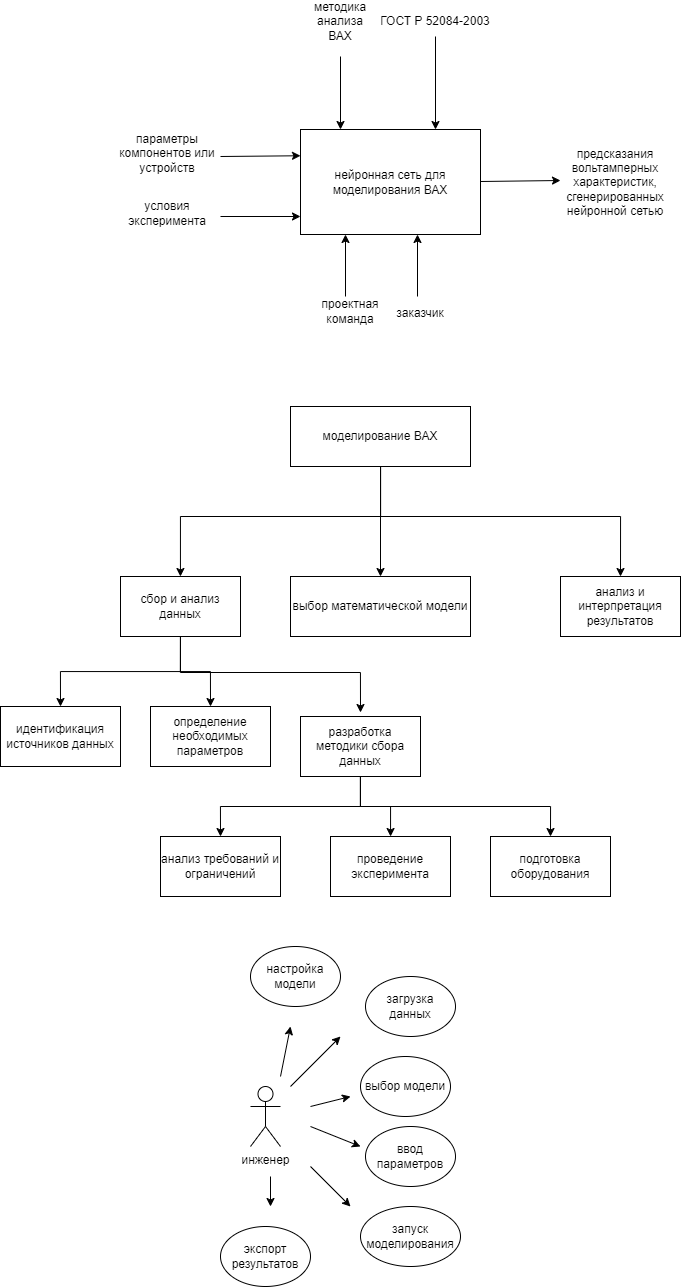
This is diagram.drawio.png from DiKachura/tppo, a draw.io export, as it was before one commit. Source tidied: cells renumbered, new cells last; positions are measured from the earlier drawing's top-left corner, leaving out a move shared by most shapes.
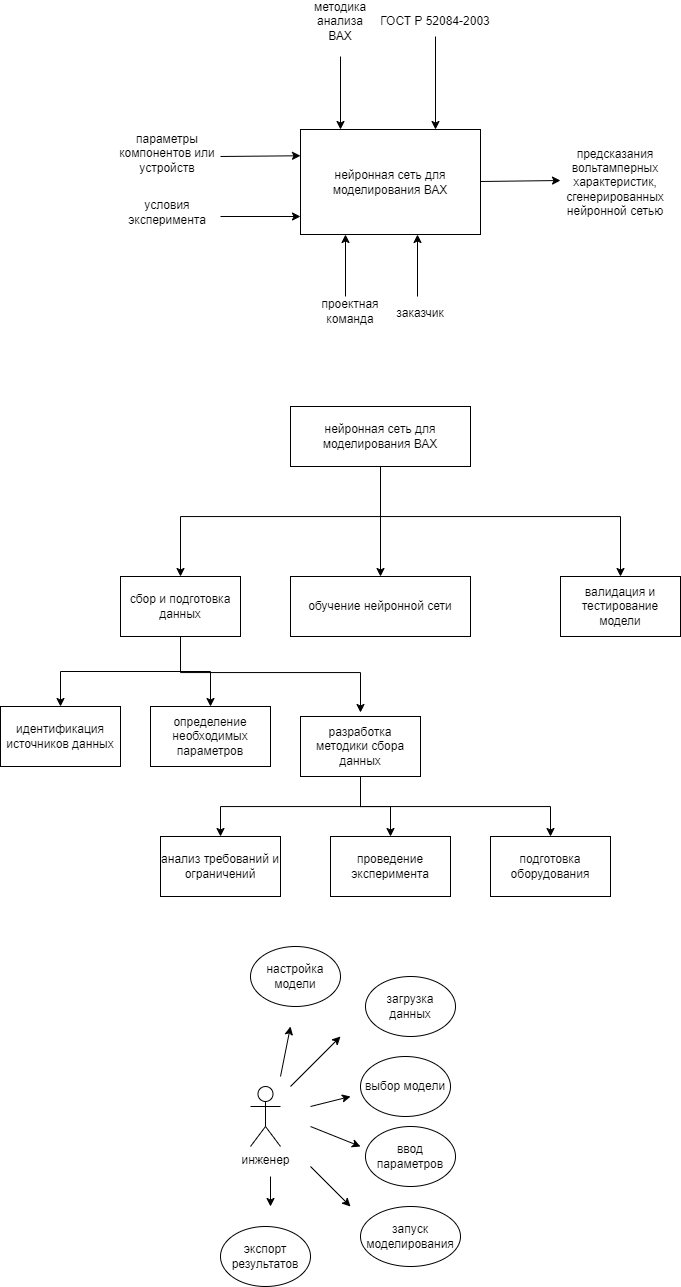
Above is the later version.

Commit message:
Обновление декомпозиции

Diff of the diagram source:
```diff
@@ -65,10 +65,10 @@
         </Array>
       </mxGeometry>
     </mxCell>
-    <mxCell id="16" value="моделирование ВАХ" style="rounded=0;whiteSpace=wrap;html=1;" parent="1" vertex="1">
+    <mxCell id="16" value="нейронная сеть для моделирования ВАХ" style="rounded=0;whiteSpace=wrap;html=1;" parent="1" vertex="1">
       <mxGeometry x="290" y="400" width="180" height="60" as="geometry" />
     </mxCell>
-    <mxCell id="17" value="выбор математической модели" style="rounded=0;whiteSpace=wrap;html=1;" parent="1" vertex="1">
+    <mxCell id="17" value="обучение нейронной сети" style="rounded=0;whiteSpace=wrap;html=1;" parent="1" vertex="1">
       <mxGeometry x="290" y="570" width="180" height="60" as="geometry" />
     </mxCell>
     <mxCell id="18" style="edgeStyle=orthogonalEdgeStyle;rounded=0;jettySize=auto;html=1;entryX=0.5;entryY=0;entryDx=0;entryDy=0;" parent="1" edge="1" source="21" target="24">
@@ -87,10 +87,10 @@
         </Array>
       </mxGeometry>
     </mxCell>
-    <mxCell id="21" value="сбор и анализ данных" style="rounded=0;whiteSpace=wrap;html=1;" parent="1" vertex="1">
+    <mxCell id="21" value="сбор и подготовка данных" style="rounded=0;whiteSpace=wrap;html=1;" parent="1" vertex="1">
       <mxGeometry x="120" y="570" width="120" height="60" as="geometry" />
     </mxCell>
-    <mxCell id="22" value="анализ и интерпретация результатов" style="rounded=0;whiteSpace=wrap;html=1;" parent="1" vertex="1">
+    <mxCell id="22" value="валидация и тестирование модели" style="rounded=0;whiteSpace=wrap;html=1;" parent="1" vertex="1">
       <mxGeometry x="560" y="570" width="120" height="60" as="geometry" />
     </mxCell>
     <mxCell id="23" value="идентификация источников данных" style="rounded=0;whiteSpace=wrap;html=1;" parent="1" vertex="1">
```
